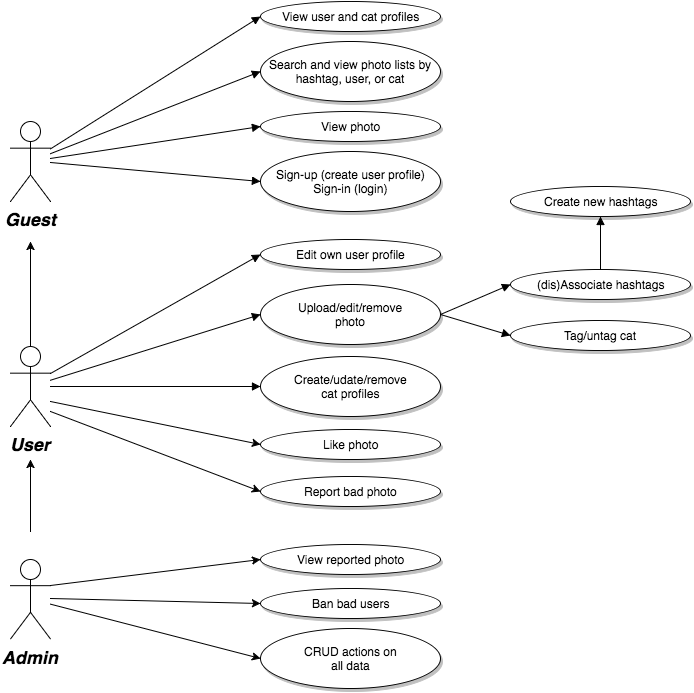
Earlier version of the draw.io export specs_report/use_case_catstagram.png (ValentinMinder/catstagram). Source tidied: cells renumbered, new cells last; positions are measured from the earlier drawing's top-left corner, leaving out a move shared by most shapes.
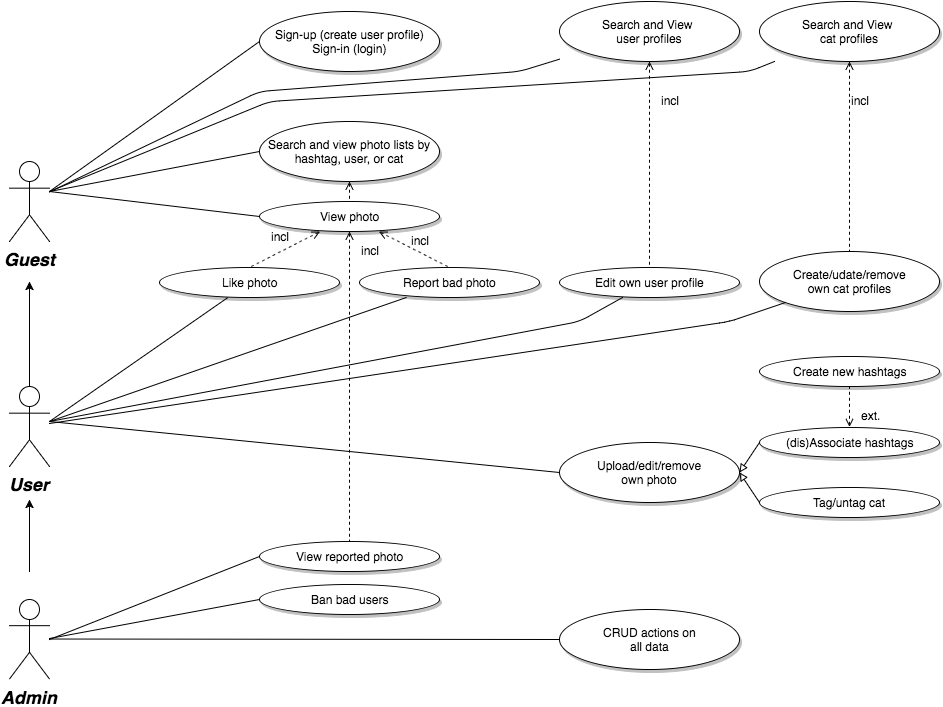
Later version of the same file.

Diff of the diagram source:
```diff
@@ -11,9 +11,9 @@
         <mxPoint x="20" y="240" as="targetPoint" />
       </mxGeometry>
     </mxCell>
-    <mxCell id="4" style="edgeStyle=none;rounded=0;html=1;entryX=0;entryY=0.5;entryPerimeter=0;startArrow=none;startFill=0;jettySize=auto;" parent="1" edge="1" target="23">
+    <mxCell id="4" style="edgeStyle=none;rounded=0;html=1;startArrow=none;startFill=0;jettySize=auto;endArrow=none;endFill=0;" parent="1" edge="1" target="23">
       <mxGeometry relative="1" as="geometry">
-        <mxPoint x="40" y="400" as="sourcePoint" />
+        <mxPoint x="40" y="380" as="sourcePoint" />
       </mxGeometry>
     </mxCell>
     <mxCell id="5" value="User&lt;br&gt;&lt;br&gt;&lt;br&gt;" style="shape=umlActor;verticalLabelPosition=bottom;verticalAlign=top;fillColor=#FFFFFF;strokeColor=#000000;fontStyle=3;fontSize=18;fontFamily=Helvetica;strokeWidth=1;html=1;gradientColor=none;" parent="1" vertex="1">
@@ -25,10 +25,10 @@
         <mxPoint x="20" y="458" as="targetPoint" />
       </mxGeometry>
     </mxCell>
-    <mxCell id="7" style="edgeStyle=none;rounded=0;html=1;entryX=0;entryY=0.5;entryPerimeter=0;startArrow=none;startFill=0;jettySize=auto;" parent="1" edge="1" source="9" target="22">
+    <mxCell id="7" style="edgeStyle=none;rounded=0;html=1;entryX=0;entryY=0.5;entryPerimeter=0;startArrow=none;startFill=0;jettySize=auto;endArrow=none;endFill=0;" parent="1" edge="1" source="9" target="22">
       <mxGeometry relative="1" as="geometry" />
     </mxCell>
-    <mxCell id="8" style="edgeStyle=none;rounded=0;html=1;entryX=0;entryY=0.5;entryPerimeter=0;startArrow=none;startFill=0;jettySize=auto;" parent="1" edge="1" target="21">
+    <mxCell id="8" style="edgeStyle=none;rounded=0;html=1;entryX=0;entryY=0.5;entryPerimeter=0;startArrow=none;startFill=0;jettySize=auto;endArrow=none;endFill=0;" parent="1" edge="1" target="21">
       <mxGeometry relative="1" as="geometry">
         <mxPoint x="40" y="597" as="sourcePoint" />
       </mxGeometry>
@@ -36,90 +36,160 @@
     <mxCell id="9" value="Admin&lt;br&gt;" style="shape=umlActor;verticalLabelPosition=bottom;verticalAlign=top;fillColor=#FFFFFF;strokeColor=#000000;fontStyle=3;fontSize=18;fontFamily=Helvetica;strokeWidth=1;html=1;gradientColor=none;" parent="1" vertex="1">
       <mxGeometry y="557.5" width="40" height="80" as="geometry" />
     </mxCell>
-    <mxCell id="10" value="View user and cat profiles&lt;br&gt;" style="shape=mxgraph.flowchart.on-page_reference;fillColor=#FFFFFF;strokeColor=#000000;strokeWidth=1;shadow=1;gradientColor=none;html=1;" parent="1" vertex="1">
-      <mxGeometry x="250" width="180" height="30" as="geometry" />
+    <mxCell id="10" value="Search and View&amp;nbsp;&lt;div&gt;user profiles&lt;br&gt;&lt;/div&gt;" style="shape=mxgraph.flowchart.on-page_reference;fillColor=#FFFFFF;strokeColor=#000000;strokeWidth=1;shadow=1;gradientColor=none;html=1;" parent="1" vertex="1">
+      <mxGeometry x="550" y="-40" width="180" height="60" as="geometry" />
     </mxCell>
     <mxCell id="11" value="Search and view photo lists by&lt;br&gt;hashtag, user, or cat&lt;br&gt;" style="shape=mxgraph.flowchart.on-page_reference;fillColor=#FFFFFF;strokeColor=#000000;strokeWidth=1;shadow=1;gradientColor=none;html=1;" parent="1" vertex="1">
-      <mxGeometry x="250" y="40" width="180" height="60" as="geometry" />
+      <mxGeometry x="250" y="80" width="180" height="60" as="geometry" />
     </mxCell>
     <mxCell id="12" value="View photo&lt;br&gt;" style="shape=mxgraph.flowchart.on-page_reference;fillColor=#FFFFFF;strokeColor=#000000;strokeWidth=1;shadow=1;gradientColor=none;html=1;" parent="1" vertex="1">
-      <mxGeometry x="250" y="110" width="180" height="30" as="geometry" />
+      <mxGeometry x="250" y="160" width="180" height="30" as="geometry" />
     </mxCell>
-    <mxCell id="13" value="Upload/edit/remove&lt;br&gt;photo&lt;br&gt;" style="shape=mxgraph.flowchart.on-page_reference;fillColor=#FFFFFF;strokeColor=#000000;strokeWidth=1;shadow=1;gradientColor=none;html=1;" parent="1" vertex="1">
-      <mxGeometry x="250" y="282.5" width="180" height="60" as="geometry" />
+    <mxCell id="13" value="Upload/edit/remove&lt;br&gt;own photo&lt;br&gt;" style="shape=mxgraph.flowchart.on-page_reference;fillColor=#FFFFFF;strokeColor=#000000;strokeWidth=1;shadow=1;gradientColor=none;html=1;" parent="1" vertex="1">
+      <mxGeometry x="550" y="400.5" width="180" height="60" as="geometry" />
     </mxCell>
-    <mxCell id="14" value="Create/udate/remove&lt;br&gt;cat profiles&lt;br&gt;" style="shape=mxgraph.flowchart.on-page_reference;fillColor=#FFFFFF;strokeColor=#000000;strokeWidth=1;shadow=1;gradientColor=none;html=1;" parent="1" vertex="1">
-      <mxGeometry x="250" y="355" width="180" height="60" as="geometry" />
+    <mxCell id="14" value="Create/udate/remove&lt;br&gt;own cat profiles&lt;br&gt;" style="shape=mxgraph.flowchart.on-page_reference;fillColor=#FFFFFF;strokeColor=#000000;strokeWidth=1;shadow=1;gradientColor=none;html=1;" parent="1" vertex="1">
+      <mxGeometry x="750" y="210" width="180" height="60" as="geometry" />
     </mxCell>
-    <mxCell id="15" style="edgeStyle=none;entryX=0;entryY=0.5;entryPerimeter=0;strokeWidth=1;endArrow=block;endFill=1;strokeColor=#000000;html=1;" parent="1" edge="1" source="2" target="10">
-      <mxGeometry as="geometry" />
+    <mxCell id="15" style="edgeStyle=none;strokeWidth=1;endArrow=none;endFill=0;strokeColor=#000000;html=1;" parent="1" edge="1" source="2" target="10">
+      <mxGeometry as="geometry">
+        <Array as="points">
+          <mxPoint x="250" y="50" />
+          <mxPoint x="510" y="30" />
+        </Array>
+      </mxGeometry>
     </mxCell>
-    <mxCell id="16" style="edgeStyle=none;entryX=0;entryY=0.5;entryPerimeter=0;strokeWidth=1;endArrow=block;endFill=1;strokeColor=#000000;html=1;" parent="1" edge="1" source="2" target="11">
-      <mxGeometry as="geometry" />
+    <mxCell id="16" style="edgeStyle=none;entryX=0;entryY=0.5;entryPerimeter=0;strokeWidth=1;endArrow=none;endFill=0;strokeColor=#000000;html=1;" parent="1" edge="1" target="11">
+      <mxGeometry as="geometry">
+        <mxPoint x="40" y="150" as="sourcePoint" />
+      </mxGeometry>
     </mxCell>
-    <mxCell id="17" style="edgeStyle=none;entryX=0;entryY=0.5;entryPerimeter=0;strokeWidth=1;endArrow=block;endFill=1;strokeColor=#000000;html=1;" parent="1" edge="1" source="2" target="12">
-      <mxGeometry as="geometry" />
+    <mxCell id="17" style="edgeStyle=none;entryX=0;entryY=0.5;entryPerimeter=0;strokeWidth=1;endArrow=none;endFill=0;strokeColor=#000000;html=1;" parent="1" edge="1" target="12">
+      <mxGeometry as="geometry">
+        <mxPoint x="40" y="150" as="sourcePoint" />
+      </mxGeometry>
     </mxCell>
-    <mxCell id="18" style="edgeStyle=none;entryX=0;entryY=0.5;entryPerimeter=0;strokeWidth=1;endArrow=block;endFill=1;strokeColor=#000000;html=1;" parent="1" edge="1" source="5" target="13">
-      <mxGeometry as="geometry" />
+    <mxCell id="18" style="edgeStyle=none;entryX=0;entryY=0.5;entryPerimeter=0;strokeWidth=1;endArrow=none;endFill=0;strokeColor=#000000;html=1;" parent="1" edge="1" target="13">
+      <mxGeometry as="geometry">
+        <mxPoint x="40" y="380" as="sourcePoint" />
+      </mxGeometry>
     </mxCell>
-    <mxCell id="19" style="edgeStyle=none;entryX=0;entryY=0.5;entryPerimeter=0;strokeWidth=1;endArrow=block;endFill=1;strokeColor=#000000;html=1;" parent="1" edge="1" source="5" target="14">
-      <mxGeometry as="geometry" />
+    <mxCell id="19" style="edgeStyle=none;strokeWidth=1;endArrow=none;endFill=0;strokeColor=#000000;html=1;entryX=0.145;entryY=0.855;entryPerimeter=0;" parent="1" edge="1" source="5" target="14">
+      <mxGeometry as="geometry">
+        <Array as="points">
+          <mxPoint x="720" y="280" />
+        </Array>
+      </mxGeometry>
     </mxCell>
     <mxCell id="20" value="Create new hashtags&lt;br&gt;" style="shape=mxgraph.flowchart.on-page_reference;fillColor=#FFFFFF;strokeColor=#000000;strokeWidth=1;shadow=1;gradientColor=none;html=1;" parent="1" vertex="1">
-      <mxGeometry x="500" y="185" width="180" height="30" as="geometry" />
+      <mxGeometry x="750" y="315" width="180" height="30" as="geometry" />
     </mxCell>
     <mxCell id="21" value="Ban bad users&lt;br&gt;" style="shape=mxgraph.flowchart.on-page_reference;fillColor=#FFFFFF;strokeColor=#000000;strokeWidth=1;shadow=1;gradientColor=none;html=1;" parent="1" vertex="1">
-      <mxGeometry x="250" y="587" width="180" height="30" as="geometry" />
+      <mxGeometry x="250" y="543" width="180" height="30" as="geometry" />
     </mxCell>
     <mxCell id="22" value="CRUD actions on&lt;br&gt;all data&lt;br&gt;" style="shape=mxgraph.flowchart.on-page_reference;fillColor=#FFFFFF;strokeColor=#000000;strokeWidth=1;shadow=1;gradientColor=none;html=1;" parent="1" vertex="1">
-      <mxGeometry x="250" y="627" width="180" height="60" as="geometry" />
+      <mxGeometry x="550" y="568" width="180" height="60" as="geometry" />
     </mxCell>
     <mxCell id="23" value="Like photo&lt;br&gt;" style="shape=mxgraph.flowchart.on-page_reference;fillColor=#FFFFFF;strokeColor=#000000;strokeWidth=1;shadow=1;gradientColor=none;html=1;" parent="1" vertex="1">
-      <mxGeometry x="250" y="428" width="180" height="30" as="geometry" />
+      <mxGeometry x="150" y="226" width="180" height="30" as="geometry" />
     </mxCell>
     <mxCell id="24" value="Tag/untag cat&lt;br&gt;" style="shape=mxgraph.flowchart.on-page_reference;fillColor=#FFFFFF;strokeColor=#000000;strokeWidth=1;shadow=1;gradientColor=none;html=1;" parent="1" vertex="1">
-      <mxGeometry x="500" y="318.5" width="180" height="30" as="geometry" />
+      <mxGeometry x="750" y="445.5" width="180" height="30" as="geometry" />
     </mxCell>
     <mxCell id="25" value="(dis)Associate hashtags&lt;br&gt;" style="shape=mxgraph.flowchart.on-page_reference;fillColor=#FFFFFF;strokeColor=#000000;strokeWidth=1;shadow=1;gradientColor=none;html=1;" parent="1" vertex="1">
-      <mxGeometry x="500" y="267.5" width="180" height="30" as="geometry" />
+      <mxGeometry x="750" y="385.5" width="180" height="30" as="geometry" />
     </mxCell>
-    <mxCell id="26" style="edgeStyle=none;entryX=0;entryY=0.5;entryPerimeter=0;strokeWidth=1;endArrow=block;endFill=1;strokeColor=#000000;html=1;exitX=1;exitY=0.5;exitPerimeter=0;" parent="1" edge="1" source="13" target="24">
-      <mxGeometry x="10" y="10" as="geometry" />
+    <mxCell id="26" style="edgeStyle=none;entryX=0;entryY=0.5;entryPerimeter=0;strokeWidth=1;endArrow=none;endFill=0;strokeColor=#000000;html=1;exitX=1;exitY=0.5;exitPerimeter=0;startArrow=block;startFill=0;" parent="1" edge="1" source="13" target="24">
+      <mxGeometry x="30" y="154" as="geometry" />
     </mxCell>
-    <mxCell id="27" style="edgeStyle=none;entryX=0;entryY=0.5;entryPerimeter=0;strokeWidth=1;endArrow=block;endFill=1;strokeColor=#000000;html=1;exitX=1;exitY=0.5;exitPerimeter=0;" parent="1" edge="1" source="13" target="25">
+    <mxCell id="27" style="edgeStyle=none;entryX=0;entryY=0.5;entryPerimeter=0;strokeWidth=1;endArrow=none;endFill=0;strokeColor=#000000;html=1;exitX=1;exitY=0.5;exitPerimeter=0;startArrow=block;startFill=0;" parent="1" edge="1" source="13" target="25">
       <mxGeometry x="20" y="20" as="geometry" />
     </mxCell>
     <mxCell id="28" value="Report bad photo&lt;br&gt;" style="shape=mxgraph.flowchart.on-page_reference;fillColor=#FFFFFF;strokeColor=#000000;strokeWidth=1;shadow=1;gradientColor=none;html=1;" parent="1" vertex="1">
-      <mxGeometry x="250" y="475" width="180" height="30" as="geometry" />
+      <mxGeometry x="350" y="226" width="180" height="30" as="geometry" />
     </mxCell>
-    <mxCell id="29" style="edgeStyle=none;rounded=0;html=1;entryX=0;entryY=0.5;entryPerimeter=0;startArrow=none;startFill=0;jettySize=auto;" parent="1" edge="1" target="28">
+    <mxCell id="29" style="edgeStyle=none;rounded=0;html=1;startArrow=none;startFill=0;jettySize=auto;endArrow=none;endFill=0;" parent="1" edge="1" target="28">
       <mxGeometry x="190" y="500" as="geometry">
-        <mxPoint x="40" y="410" as="sourcePoint" />
+        <mxPoint x="40" y="380" as="sourcePoint" />
       </mxGeometry>
     </mxCell>
-    <mxCell id="30" style="edgeStyle=none;entryX=0.5;entryY=1;entryPerimeter=0;strokeWidth=1;endArrow=block;endFill=1;strokeColor=#000000;html=1;exitX=0.5;exitY=0;exitPerimeter=0;" parent="1" edge="1" source="25" target="20">
-      <mxGeometry x="30" y="30" as="geometry" />
+    <mxCell id="30" style="edgeStyle=none;strokeWidth=1;endArrow=none;endFill=0;strokeColor=#000000;html=1;dashed=1;startArrow=open;startFill=0;" parent="1" edge="1" source="25" target="20">
+      <mxGeometry x="40" y="174" as="geometry" />
     </mxCell>
     <mxCell id="31" value="View reported photo&lt;br&gt;" style="shape=mxgraph.flowchart.on-page_reference;fillColor=#FFFFFF;strokeColor=#000000;strokeWidth=1;shadow=1;gradientColor=none;html=1;" parent="1" vertex="1">
-      <mxGeometry x="250" y="543" width="180" height="30" as="geometry" />
+      <mxGeometry x="250" y="500" width="180" height="30" as="geometry" />
     </mxCell>
-    <mxCell id="32" style="edgeStyle=none;rounded=0;html=1;entryX=0;entryY=0.5;entryPerimeter=0;startArrow=none;startFill=0;jettySize=auto;exitX=1;exitY=0.3333333333333333;exitPerimeter=0;" parent="1" edge="1" source="9" target="31">
-      <mxGeometry x="190" y="587" as="geometry" />
+    <mxCell id="32" style="edgeStyle=none;rounded=0;html=1;entryX=0;entryY=0.5;entryPerimeter=0;startArrow=none;startFill=0;jettySize=auto;endArrow=none;endFill=0;" parent="1" edge="1" target="31">
+      <mxGeometry x="190" y="587" as="geometry">
+        <mxPoint x="40" y="598" as="sourcePoint" />
+      </mxGeometry>
     </mxCell>
     <mxCell id="33" value="Sign-up (create user profile)&lt;div&gt;Sign-in (login)&lt;/div&gt;" style="shape=mxgraph.flowchart.on-page_reference;fillColor=#FFFFFF;strokeColor=#000000;strokeWidth=1;shadow=1;gradientColor=none;html=1;" parent="1" vertex="1">
-      <mxGeometry x="250" y="150" width="180" height="60" as="geometry" />
+      <mxGeometry x="250" y="-30" width="180" height="60" as="geometry" />
     </mxCell>
     <mxCell id="34" value="&lt;div&gt;Edit own user profile&lt;/div&gt;" style="shape=mxgraph.flowchart.on-page_reference;fillColor=#FFFFFF;strokeColor=#000000;strokeWidth=1;shadow=1;gradientColor=none;html=1;" parent="1" vertex="1">
-      <mxGeometry x="250" y="238" width="180" height="30" as="geometry" />
+      <mxGeometry x="550" y="226" width="180" height="30" as="geometry" />
     </mxCell>
-    <mxCell id="35" style="edgeStyle=none;entryX=0;entryY=0.5;entryPerimeter=0;strokeWidth=1;endArrow=block;endFill=1;strokeColor=#000000;html=1;" parent="1" edge="1" target="33">
+    <mxCell id="35" style="edgeStyle=none;entryX=0;entryY=0.5;entryPerimeter=0;strokeWidth=1;endArrow=none;endFill=0;strokeColor=#000000;html=1;" parent="1" edge="1" target="33">
       <mxGeometry x="10" y="10" as="geometry">
-        <mxPoint x="40" y="161" as="sourcePoint" />
+        <mxPoint x="40" y="150" as="sourcePoint" />
       </mxGeometry>
     </mxCell>
-    <mxCell id="36" style="edgeStyle=none;entryX=0;entryY=0.5;entryPerimeter=0;strokeWidth=1;endArrow=block;endFill=1;strokeColor=#000000;html=1;exitX=1;exitY=0.3333333333333333;exitPerimeter=0;" parent="1" edge="1" source="5" target="34">
-      <mxGeometry x="20" y="20" as="geometry" />
+    <mxCell id="36" style="edgeStyle=none;strokeWidth=1;endArrow=none;endFill=0;strokeColor=#000000;html=1;" parent="1" edge="1" target="34">
+      <mxGeometry x="20" y="20" as="geometry">
+        <mxPoint x="40" y="380" as="sourcePoint" />
+        <Array as="points">
+          <mxPoint x="570" y="280" />
+        </Array>
+      </mxGeometry>
     </mxCell>
+    <mxCell id="37" value="ext." style="text;html=1;align=left;verticalAlign=top;spacingTop=-4;fontColor=#000000;" parent="1" vertex="1">
+      <mxGeometry x="850" y="365" width="30" height="20" as="geometry" />
+    </mxCell>
+    <mxCell id="38" style="edgeStyle=none;entryX=0.5;entryY=0;entryPerimeter=0;strokeWidth=1;endArrow=none;endFill=0;strokeColor=#000000;html=1;exitX=0.5;exitY=1;exitPerimeter=0;dashed=1;startArrow=open;startFill=0;" parent="1" edge="1" source="11" target="12">
+      <mxGeometry x="30" y="40" as="geometry" />
+    </mxCell>
+    <mxCell id="39" style="edgeStyle=none;entryX=0.5;entryY=0;entryPerimeter=0;strokeWidth=1;endArrow=none;endFill=0;strokeColor=#000000;html=1;dashed=1;startArrow=open;startFill=0;" parent="1" edge="1" source="12" target="28">
+      <mxGeometry x="40" y="50" as="geometry" />
+    </mxCell>
+    <mxCell id="40" style="edgeStyle=none;entryX=0.5;entryY=0;entryPerimeter=0;strokeWidth=1;endArrow=none;endFill=0;strokeColor=#000000;html=1;dashed=1;startArrow=open;startFill=0;" parent="1" edge="1" source="12" target="23">
+      <mxGeometry x="-450" y="82" as="geometry" />
+    </mxCell>
+    <mxCell id="41" value="Search and View&amp;nbsp;&lt;div&gt;cat&amp;nbsp;&lt;span style=&quot;line-height: 1.2&quot;&gt;profiles&lt;/span&gt;&lt;/div&gt;" style="shape=mxgraph.flowchart.on-page_reference;fillColor=#FFFFFF;strokeColor=#000000;strokeWidth=1;shadow=1;gradientColor=none;html=1;" parent="1" vertex="1">
+      <mxGeometry x="750" y="-40" width="180" height="60" as="geometry" />
+    </mxCell>
+    <mxCell id="42" style="edgeStyle=none;strokeWidth=1;endArrow=none;endFill=0;strokeColor=#000000;html=1;" parent="1" edge="1" target="41">
+      <mxGeometry x="10" y="10" as="geometry">
+        <mxPoint x="40" y="150" as="sourcePoint" />
+        <Array as="points">
+          <mxPoint x="260" y="60" />
+          <mxPoint x="740" y="30" />
+        </Array>
+      </mxGeometry>
+    </mxCell>
+    <mxCell id="43" style="edgeStyle=none;strokeWidth=1;endArrow=none;endFill=0;strokeColor=#000000;html=1;dashed=1;startArrow=open;startFill=0;" parent="1" edge="1" source="12" target="31">
+      <mxGeometry x="60" y="194" as="geometry" />
+    </mxCell>
+    <mxCell id="44" style="edgeStyle=none;strokeWidth=1;endArrow=none;endFill=0;strokeColor=#000000;html=1;dashed=1;startArrow=open;startFill=0;" parent="1" edge="1" source="10" target="34">
+      <mxGeometry x="50" y="60" as="geometry" />
+    </mxCell>
+    <mxCell id="45" style="edgeStyle=none;strokeWidth=1;endArrow=none;endFill=0;strokeColor=#000000;html=1;dashed=1;startArrow=open;startFill=0;" parent="1" edge="1" source="41" target="14">
+      <mxGeometry x="60" y="70" as="geometry" />
+    </mxCell>
+    <mxCell id="46" value="incl" style="text;html=1;align=left;verticalAlign=top;spacingTop=-4;fontColor=#000000;" parent="1" vertex="1">
+      <mxGeometry x="400" y="190" width="30" height="20" as="geometry" />
+    </mxCell>
+    <mxCell id="47" value="incl" style="text;html=1;align=left;verticalAlign=top;spacingTop=-4;fontColor=#000000;" parent="1" vertex="1">
+      <mxGeometry x="260" y="186" width="30" height="20" as="geometry" />
+    </mxCell>
+    <mxCell id="48" value="incl" style="text;html=1;align=left;verticalAlign=top;spacingTop=-4;fontColor=#000000;" parent="1" vertex="1">
+      <mxGeometry x="350" y="200" width="30" height="20" as="geometry" />
+    </mxCell>
+    <mxCell id="49" value="incl" style="text;html=1;align=left;verticalAlign=top;spacingTop=-4;fontColor=#000000;" parent="1" vertex="1">
+      <mxGeometry x="650" y="50" width="30" height="20" as="geometry" />
+    </mxCell>
+    <mxCell id="50" value="incl" style="text;html=1;align=left;verticalAlign=top;spacingTop=-4;fontColor=#000000;" parent="1" vertex="1">
+      <mxGeometry x="840" y="50" width="30" height="20" as="geometry" />
+    </mxCell>
   </root>
 </mxGraphModel>
```
